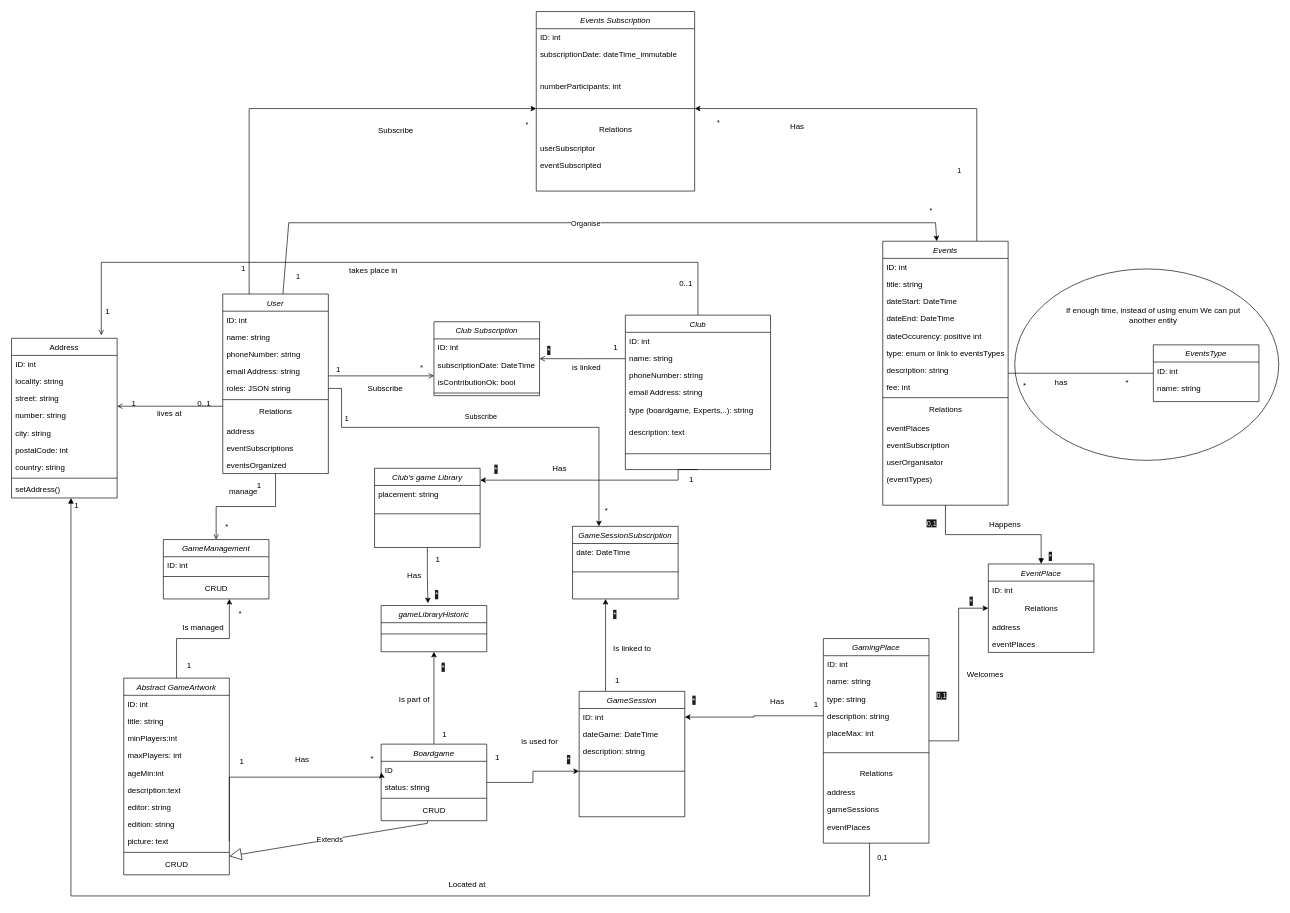
Before: doc/diagrammes/analyseUML.drawio in Dj3ni/I3_ProjetSymphony, a draw.io diagram. Source tidied: cells renumbered, new cells numbered last; positions are measured from the earlier drawing's top-left corner, leaving out a move shared by most shapes. Both pictures are drawn from the tidied source at 66%, with x=0, y=0 at pixel (11, 11).
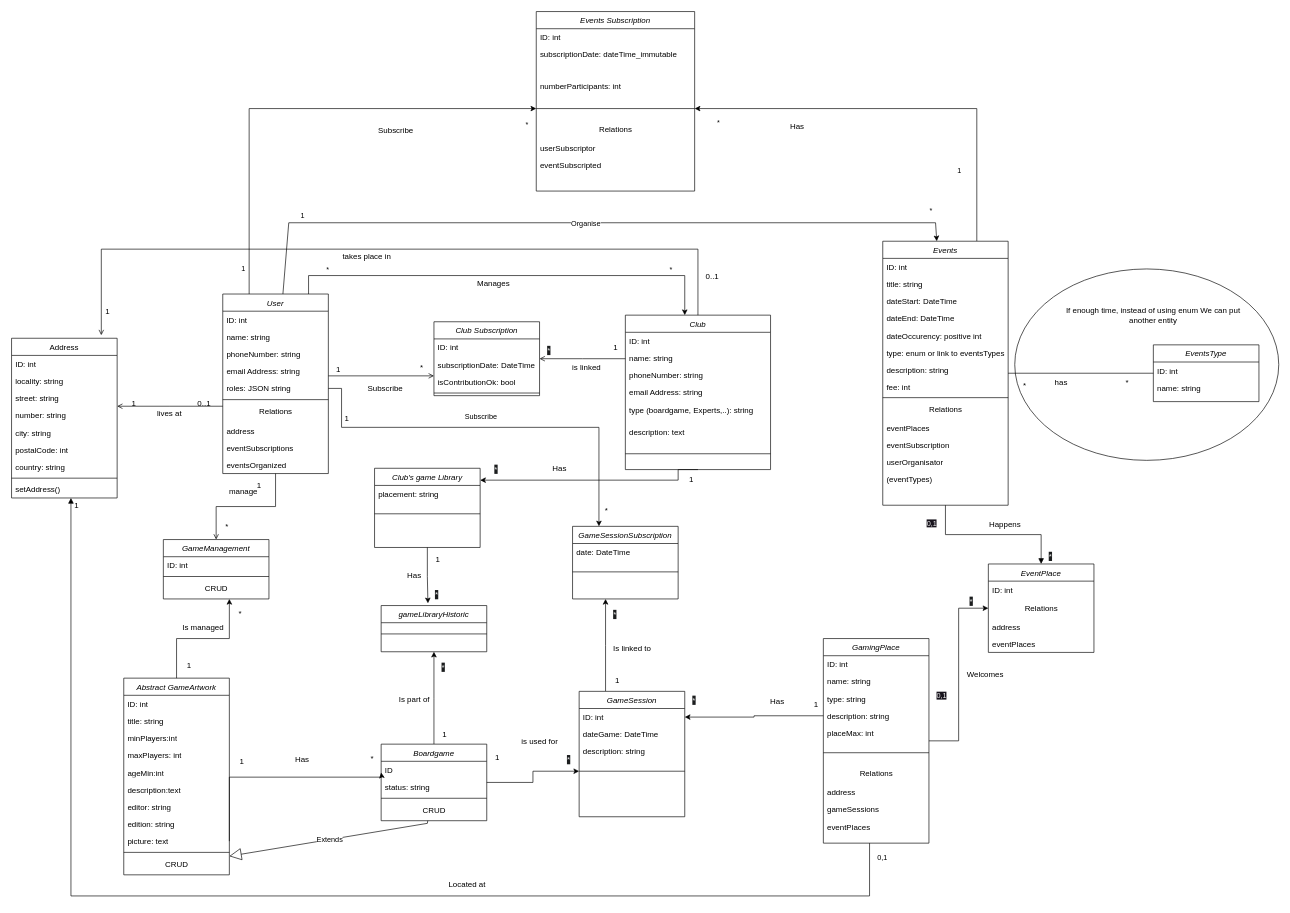
The same diagram, later.

Commit message (it also covers changes not shown here):
Création MVP1 UML to see more clearly

Unchanged cells that the change refers to:
```xml
<mxCell id="4" value="User" style="swimlane;fontStyle=2;align=center;verticalAlign=top;horizontal=1;startSize=26;rounded=0;shadow=0;strokeWidth=1;" parent="1" vertex="1">
  <mxGeometry x="320" y="428" width="160" height="272" as="geometry" />
</mxCell>
<mxCell id="15" value="Address" style="swimlane;fontStyle=0;align=center;verticalAlign=top;horizontal=1;startSize=26;rounded=0;shadow=0;strokeWidth=1;" parent="1" vertex="1">
  <mxGeometry y="495" width="160" height="242" as="geometry" />
</mxCell>
<mxCell id="38" value="Club" style="swimlane;fontStyle=2;align=center;verticalAlign=top;horizontal=1;startSize=26;rounded=0;shadow=0;strokeWidth=1;" parent="1" vertex="1">
  <mxGeometry x="930" y="460" width="220" height="234" as="geometry" />
</mxCell>
<mxCell id="82" style="endArrow=classic;html=1;rounded=0;" parent="1" edge="1" source="4" target="67">
  <mxGeometry relative="1" as="geometry">
    <Array as="points">
      <mxPoint x="420" y="320" />
      <mxPoint x="1400" y="320" />
    </Array>
  </mxGeometry>
</mxCell>
```

What changed in the source:
```diff
@@
     <mxCell id="47" style="endArrow=open;shadow=0;strokeWidth=1;rounded=0;curved=0;endFill=1;edgeStyle=elbowEdgeStyle;elbow=vertical;exitX=0.5;exitY=0;exitDx=0;exitDy=0;entryX=0.85;entryY=-0.019;entryDx=0;entryDy=0;entryPerimeter=0;" parent="1" edge="1" source="38" target="15">
       <mxGeometry x="0.5" y="41" relative="1" as="geometry">
         <Array as="points">
-          <mxPoint x="580" y="380" />
+          <mxPoint x="590" y="360" />
         </Array>
         <mxPoint x="-40" y="32" as="offset" />
       </mxGeometry>
     </mxCell>
     <mxCell id="48" value="0..1" style="align=left;verticalAlign=bottom;labelBackgroundColor=none;fontSize=12;" parent="47" vertex="1">
       <mxGeometry x="-1" relative="1" as="geometry">
-        <mxPoint x="-30" y="-40" as="offset" />
+        <mxPoint x="10" y="-50" as="offset" />
       </mxGeometry>
     </mxCell>
@@
     <mxCell id="84" value="1" style="edgeLabel;html=1;align=center;verticalAlign=middle;" parent="82" vertex="1">
       <mxGeometry x="-0.95" y="-3" relative="1" as="geometry">
-        <mxPoint x="17" as="offset" />
+        <mxPoint x="24" y="-92" as="offset" />
       </mxGeometry>
     </mxCell>
@@
+    <mxCell id="200" style="edgeStyle=orthogonalEdgeStyle;rounded=0;jettySize=auto;html=1;" parent="1" edge="1" source="4" target="38">
+      <mxGeometry relative="1" as="geometry">
+        <Array as="points">
+          <mxPoint x="450" y="400" />
+          <mxPoint x="1020" y="400" />
+        </Array>
+      </mxGeometry>
+    </mxCell>
+    <mxCell id="201" value="*" style="edgeLabel;html=1;align=center;verticalAlign=middle;" parent="200" vertex="1">
+      <mxGeometry x="-0.83" y="-2" relative="1" as="geometry">
+        <mxPoint y="-12" as="offset" />
+      </mxGeometry>
+    </mxCell>
+    <mxCell id="202" value="*" style="edgeLabel;html=1;align=center;verticalAlign=middle;" parent="200" vertex="1">
+      <mxGeometry x="0.75" relative="1" as="geometry">
+        <mxPoint y="-10" as="offset" />
+      </mxGeometry>
+    </mxCell>
+    <mxCell id="203" value="Manages" style="text;html=1;align=center;verticalAlign=middle;strokeColor=none;fillColor=none;" parent="1" vertex="1">
+      <mxGeometry x="695" y="398" width="70" height="30" as="geometry" />
+    </mxCell>
```
